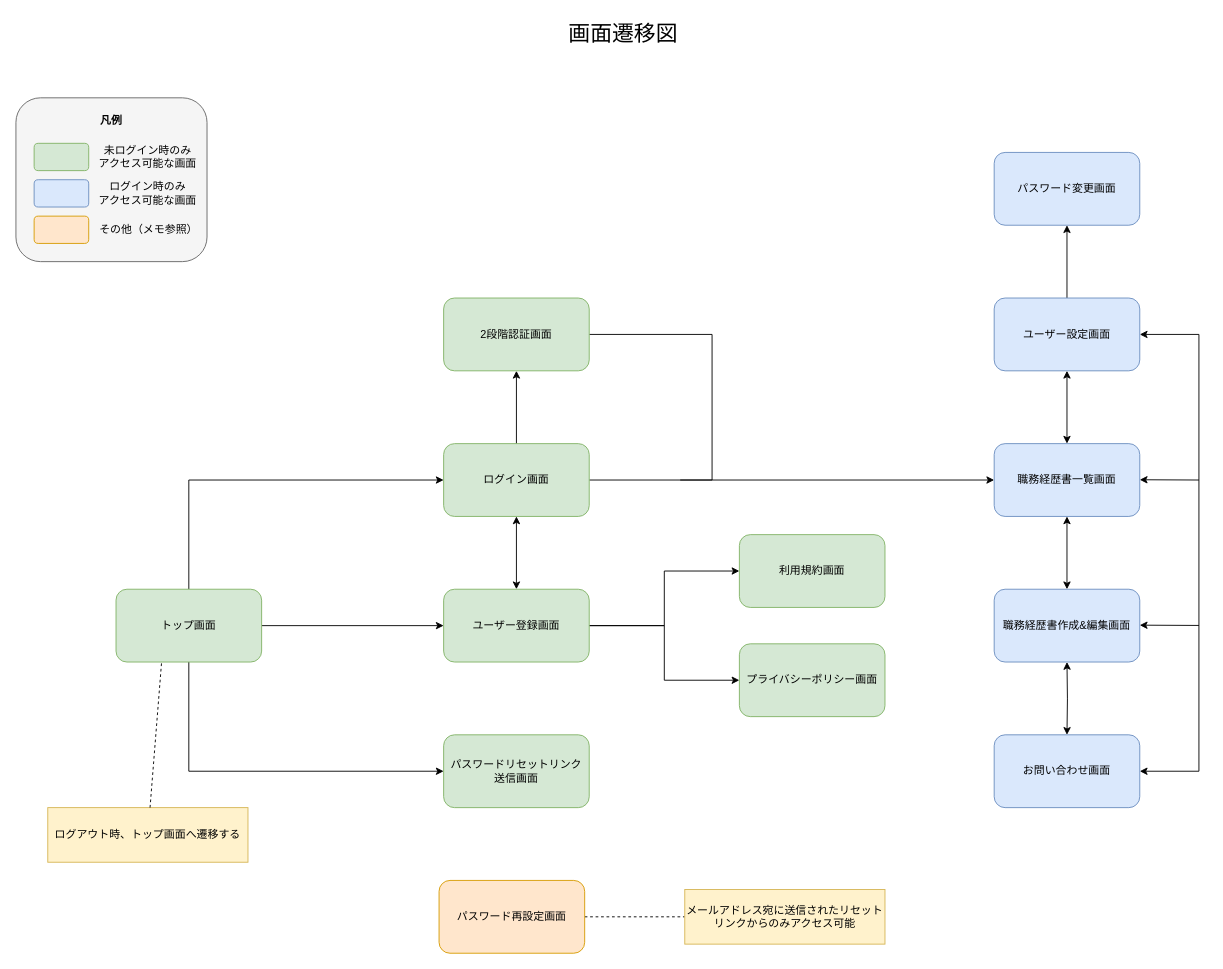
The draw.io diagram doc/画面設計/画面遷移図.drawio in DogisRiki/KeirekiPro, before the edit. Source tidied: cells renumbered, new cells numbered last; positions are measured from the earlier drawing's top-left corner, leaving out a move shared by most shapes. Both pictures are drawn from the tidied source at 91%, with x=0, y=0 at pixel (15, 15).
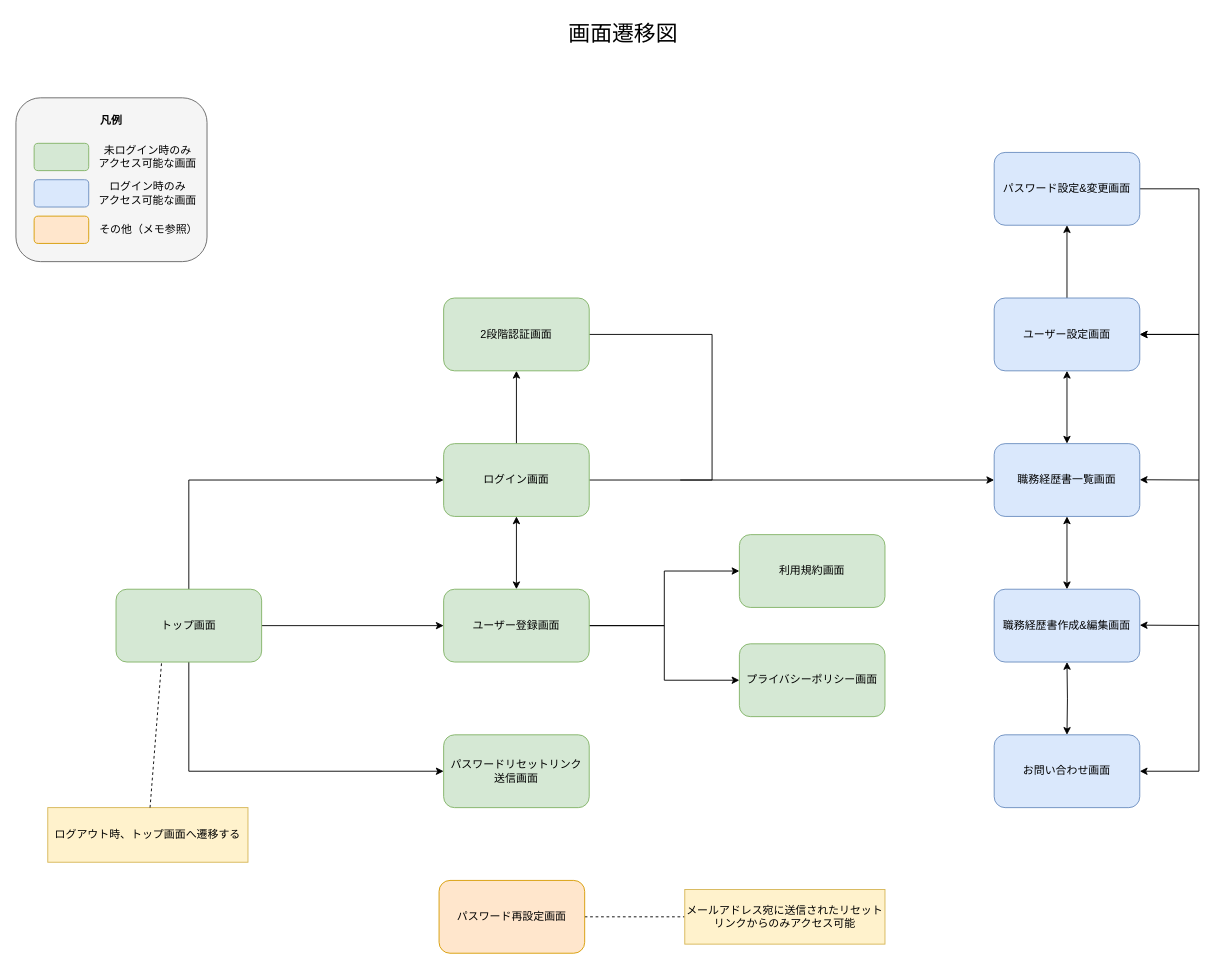
Above is the later version.

Commit message (it also covers changes not shown here):
doc: 画面遷移図とコンポーネントのコメントを修正

Changes:
・コミット #67ab9f2 に伴う修正

Reason:
ユーザーメニューからパスワード設定&変更画面に遷移可能にしたため

BREAKING CHANGE: N/A
Related: N/A
Refs: N/A

The change refers to these unchanged cells:
```xml
<mxCell id="12" style="group;" parent="1" vertex="1">
  <mxGeometry x="35" y="150" width="1265" height="880" as="geometry" />
</mxCell>
<mxCell id="28" value="ユーザー設定画面" style="rounded=1;whiteSpace=wrap;html=1;fillColor=#dae8fc;strokeColor=#6c8ebf;" parent="12" vertex="1">
  <mxGeometry x="1040" y="160" width="160" height="80" as="geometry" />
</mxCell>
```

What changed in the source:
```diff
@@
+    <mxCell id="46" style="edgeStyle=orthogonalEdgeStyle;rounded=0;jettySize=auto;html=1;exitX=1;exitY=0.5;exitDx=0;exitDy=0;entryX=1;entryY=0.5;entryDx=0;entryDy=0;" parent="12" edge="1" source="45" target="28">
+      <mxGeometry relative="1" as="geometry">
+        <Array as="points">
+          <mxPoint x="1265" y="40" />
+          <mxPoint x="1265" y="200" />
+        </Array>
+      </mxGeometry>
+    </mxCell>
-    <mxCell id="45" value="パスワード変更画面" style="rounded=1;whiteSpace=wrap;html=1;fillColor=#dae8fc;strokeColor=#6c8ebf;" parent="12" vertex="1">
+    <mxCell id="45" value="パスワード設定&amp;amp;変更画面" style="rounded=1;whiteSpace=wrap;html=1;fillColor=#dae8fc;strokeColor=#6c8ebf;" parent="12" vertex="1">
       <mxGeometry x="1040" width="160" height="80" as="geometry" />
     </mxCell>
```
